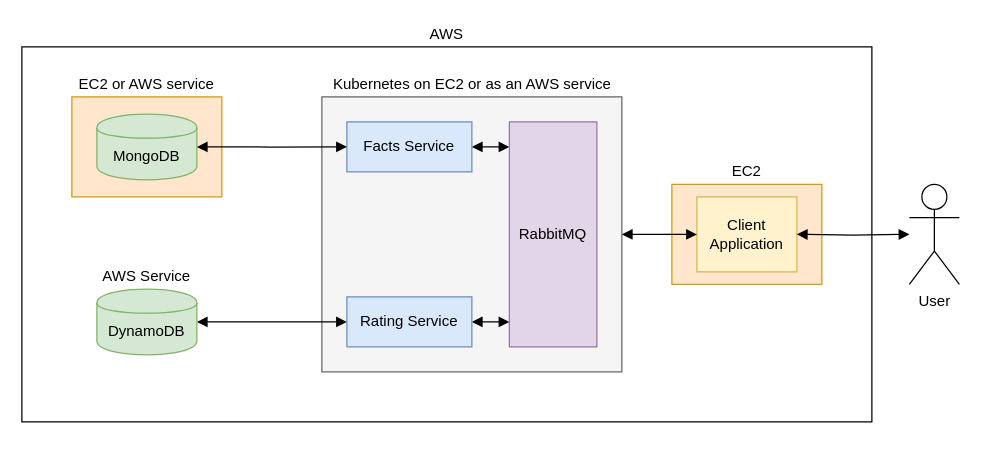
Before: catter-architecture.drawio in danielgospodinow/Catter, a draw.io diagram. Source tidied: cells renumbered, new cells numbered last; positions are measured from the earlier drawing's top-left corner, leaving out a move shared by most shapes. Both pictures are drawn from the tidied source at 125%, with x=0, y=0 at pixel (21, 21).
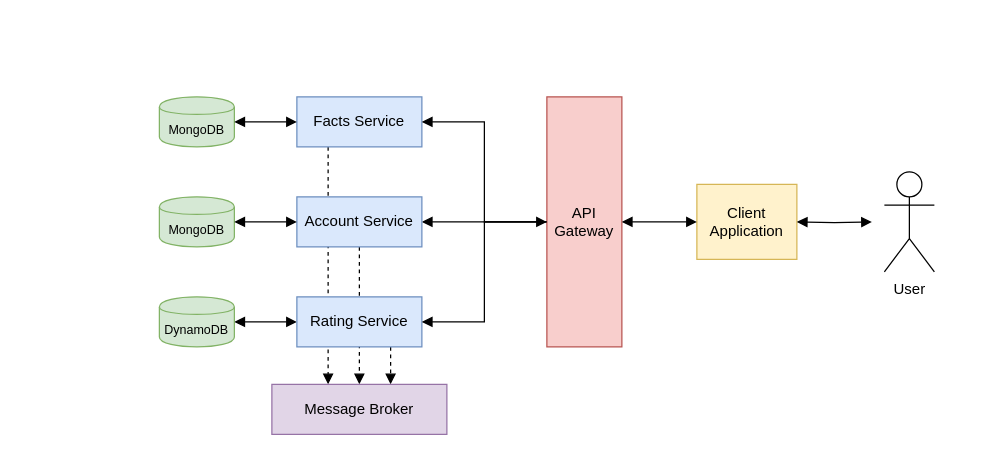
Above is the later version.

Commit message (it also covers changes not shown here):
Change architecture diagram and update README

What changed in the source:
```diff
@@
-    <mxCell id="2" style="rounded=0;whiteSpace=wrap;html=1;" parent="1" vertex="1">
-      <mxGeometry y="20" width="680" height="300" as="geometry" />
-    </mxCell>
-    <mxCell id="3" style="rounded=0;whiteSpace=wrap;html=1;fillColor=#f5f5f5;strokeColor=#666666;fontColor=#333333;" parent="1" vertex="1">
-      <mxGeometry x="240" y="60" width="240" height="220" as="geometry" />
-    </mxCell>
-    <mxCell id="4" style="edgeStyle=orthogonalEdgeStyle;rounded=0;jettySize=auto;html=1;exitX=1;exitY=0.5;exitDx=0;exitDy=0;entryX=0;entryY=0.113;entryDx=0;entryDy=0;entryPerimeter=0;startArrow=block;startFill=1;endArrow=block;endFill=1;" parent="1" edge="1" source="5" target="9">
-      <mxGeometry relative="1" as="geometry" />
-    </mxCell>
+    <mxCell id="24" style="edgeStyle=orthogonalEdgeStyle;rounded=0;jettySize=auto;html=1;endArrow=block;endFill=1;fontSize=6;fillColor=#e1d5e7;strokeColor=#000000;dashed=1;" parent="1" edge="1" source="28">
+      <mxGeometry relative="1" as="geometry">
+        <mxPoint x="270" y="290" as="targetPoint" />
+      </mxGeometry>
+    </mxCell>
+    <mxCell id="25" style="edgeStyle=orthogonalEdgeStyle;rounded=0;jettySize=auto;html=1;exitX=0.25;exitY=1;exitDx=0;exitDy=0;endArrow=block;endFill=1;fontSize=6;fillColor=#e1d5e7;strokeColor=#000000;dashed=1;" parent="1" edge="1" source="5">
+      <mxGeometry relative="1" as="geometry">
+        <mxPoint x="245" y="290" as="targetPoint" />
+      </mxGeometry>
+    </mxCell>
     <mxCell id="5" value="Facts Service" style="rounded=0;whiteSpace=wrap;html=1;fillColor=#dae8fc;strokeColor=#6c8ebf;" parent="1" vertex="1">
-      <mxGeometry x="260" y="80" width="100" height="40" as="geometry" />
+      <mxGeometry x="220" y="60" width="100" height="40" as="geometry" />
     </mxCell>
-    <mxCell id="6" style="edgeStyle=orthogonalEdgeStyle;rounded=0;jettySize=auto;html=1;startArrow=block;startFill=1;endArrow=block;endFill=1;" parent="1" edge="1" source="8" target="15">
+    <mxCell id="6" style="edgeStyle=orthogonalEdgeStyle;rounded=0;jettySize=auto;html=1;startArrow=block;startFill=1;endArrow=block;endFill=1;exitX=0;exitY=0.5;exitDx=0;exitDy=0;" parent="1" edge="1" source="8" target="15">
       <mxGeometry relative="1" as="geometry" />
     </mxCell>
-    <mxCell id="7" style="edgeStyle=orthogonalEdgeStyle;rounded=0;jettySize=auto;html=1;exitX=1;exitY=0.5;exitDx=0;exitDy=0;entryX=0;entryY=0.891;entryDx=0;entryDy=0;entryPerimeter=0;startArrow=block;startFill=1;endArrow=block;endFill=1;" parent="1" edge="1" source="8" target="9">
-      <mxGeometry relative="1" as="geometry" />
-    </mxCell>
+    <mxCell id="26" style="edgeStyle=orthogonalEdgeStyle;rounded=0;jettySize=auto;html=1;exitX=0.75;exitY=1;exitDx=0;exitDy=0;endArrow=block;endFill=1;fontSize=6;fillColor=#e1d5e7;strokeColor=#000000;dashed=1;" parent="1" edge="1" source="8">
+      <mxGeometry relative="1" as="geometry">
+        <mxPoint x="295" y="290" as="targetPoint" />
+        <Array as="points">
+          <mxPoint x="295" y="280" />
+          <mxPoint x="295" y="280" />
+        </Array>
+      </mxGeometry>
+    </mxCell>
     <mxCell id="8" value="Rating Service" style="rounded=0;whiteSpace=wrap;html=1;fillColor=#dae8fc;strokeColor=#6c8ebf;" parent="1" vertex="1">
-      <mxGeometry x="260" y="220" width="100" height="40" as="geometry" />
+      <mxGeometry x="220" y="220" width="100" height="40" as="geometry" />
     </mxCell>
+    <mxCell id="27" style="edgeStyle=orthogonalEdgeStyle;rounded=0;jettySize=auto;html=1;fontSize=6;endArrow=block;endFill=1;" parent="1" edge="1" source="9" target="28">
+      <mxGeometry relative="1" as="geometry" />
+    </mxCell>
-    <mxCell id="9" value="RabbitMQ" style="rounded=0;whiteSpace=wrap;html=1;fillColor=#e1d5e7;strokeColor=#9673a6;" parent="1" vertex="1">
-      <mxGeometry x="390" y="80" width="70" height="180" as="geometry" />
+    <mxCell id="9" value="API Gateway" style="rounded=0;whiteSpace=wrap;html=1;fillColor=#f8cecc;strokeColor=#b85450;" parent="1" vertex="1">
+      <mxGeometry x="420" y="60" width="60" height="200" as="geometry" />
     </mxCell>
     <mxCell id="10" value="User" style="shape=umlActor;verticalLabelPosition=bottom;labelBackgroundColor=#ffffff;verticalAlign=top;html=1;" parent="1" vertex="1">
-      <mxGeometry x="710" y="130" width="40" height="80" as="geometry" />
+      <mxGeometry x="690" y="120" width="40" height="80" as="geometry" />
     </mxCell>
-    <mxCell id="11" value="AWS" style="text;html=1;strokeColor=none;fillColor=none;align=center;verticalAlign=middle;whiteSpace=wrap;rounded=0;" parent="1" vertex="1">
-      <mxGeometry x="320" width="40" height="20" as="geometry" />
-    </mxCell>
-    <mxCell id="12" style="rounded=0;whiteSpace=wrap;html=1;fillColor=#ffe6cc;strokeColor=#d79b00;" parent="1" vertex="1">
-      <mxGeometry x="40" y="60" width="120" height="80" as="geometry" />
-    </mxCell>
-    <mxCell id="13" value="MongoDB" style="shape=cylinder;whiteSpace=wrap;html=1;boundedLbl=1;backgroundOutline=1;fillColor=#d5e8d4;strokeColor=#82b366;" parent="1" vertex="1">
-      <mxGeometry x="60" y="73.8" width="80" height="52.5" as="geometry" />
+    <mxCell id="13" value="MongoDB" style="shape=cylinder;whiteSpace=wrap;html=1;boundedLbl=1;backgroundOutline=1;fillColor=#d5e8d4;strokeColor=#82b366;fontSize=10;" parent="1" vertex="1">
+      <mxGeometry x="110" y="60" width="60" height="40" as="geometry" />
     </mxCell>
-    <mxCell id="14" value="EC2 or AWS service" style="text;html=1;strokeColor=none;fillColor=none;align=center;verticalAlign=middle;whiteSpace=wrap;rounded=0;" parent="1" vertex="1">
-      <mxGeometry x="40" y="40" width="120" height="20" as="geometry" />
-    </mxCell>
-    <mxCell id="15" value="DynamoDB" style="shape=cylinder;whiteSpace=wrap;html=1;boundedLbl=1;backgroundOutline=1;fillColor=#d5e8d4;strokeColor=#82b366;" parent="1" vertex="1">
-      <mxGeometry x="60" y="213.8" width="80" height="52.5" as="geometry" />
+    <mxCell id="15" value="DynamoDB" style="shape=cylinder;whiteSpace=wrap;html=1;boundedLbl=1;backgroundOutline=1;fillColor=#d5e8d4;strokeColor=#82b366;fontSize=10;" parent="1" vertex="1">
+      <mxGeometry x="110" y="220" width="60" height="40" as="geometry" />
     </mxCell>
-    <mxCell id="16" value="Kubernetes on EC2 or as an AWS service" style="text;html=1;strokeColor=none;fillColor=none;align=center;verticalAlign=middle;whiteSpace=wrap;rounded=0;" parent="1" vertex="1">
-      <mxGeometry x="242.5" y="40" width="235" height="20" as="geometry" />
-    </mxCell>
-    <mxCell id="17" style="rounded=0;whiteSpace=wrap;html=1;fillColor=#ffe6cc;strokeColor=#d79b00;" parent="1" vertex="1">
-      <mxGeometry x="520" y="130" width="120" height="80" as="geometry" />
-    </mxCell>
-    <mxCell id="18" value="EC2" style="text;html=1;strokeColor=none;fillColor=none;align=center;verticalAlign=middle;whiteSpace=wrap;rounded=0;" parent="1" vertex="1">
-      <mxGeometry x="560" y="110" width="40" height="20" as="geometry" />
-    </mxCell>
     <mxCell id="19" value="Client Application" style="rounded=0;whiteSpace=wrap;html=1;fillColor=#fff2cc;strokeColor=#d6b656;" parent="1" vertex="1">
-      <mxGeometry x="540" y="140" width="80" height="60" as="geometry" />
+      <mxGeometry x="540" y="130" width="80" height="60" as="geometry" />
     </mxCell>
-    <mxCell id="20" value="AWS Service" style="text;html=1;strokeColor=none;fillColor=none;align=center;verticalAlign=middle;whiteSpace=wrap;rounded=0;" parent="1" vertex="1">
-      <mxGeometry x="55" y="193.8" width="90" height="20" as="geometry" />
-    </mxCell>
-    <mxCell id="21" style="edgeStyle=orthogonalEdgeStyle;rounded=0;jettySize=auto;html=1;startArrow=block;startFill=1;endArrow=block;endFill=1;entryX=0;entryY=0.5;entryDx=0;entryDy=0;exitX=1;exitY=0.5;exitDx=0;exitDy=0;" parent="1" edge="1" source="13" target="5">
+    <mxCell id="21" style="edgeStyle=orthogonalEdgeStyle;rounded=0;jettySize=auto;html=1;startArrow=block;startFill=1;endArrow=block;endFill=1;exitX=1;exitY=0.5;exitDx=0;exitDy=0;entryX=0;entryY=0.5;entryDx=0;entryDy=0;" parent="1" edge="1" source="13" target="5">
       <mxGeometry relative="1" as="geometry" />
     </mxCell>
-    <mxCell id="22" style="edgeStyle=orthogonalEdgeStyle;rounded=0;jettySize=auto;html=1;exitX=1;exitY=0.5;exitDx=0;exitDy=0;entryX=0;entryY=0.5;entryDx=0;entryDy=0;startArrow=block;startFill=1;endArrow=block;endFill=1;" parent="1" edge="1" source="3" target="19">
+    <mxCell id="22" style="edgeStyle=orthogonalEdgeStyle;rounded=0;jettySize=auto;html=1;exitX=1;exitY=0.5;exitDx=0;exitDy=0;entryX=0;entryY=0.5;entryDx=0;entryDy=0;startArrow=block;startFill=1;endArrow=block;endFill=1;" parent="1" edge="1" source="9" target="19">
       <mxGeometry relative="1" as="geometry" />
     </mxCell>
     <mxCell id="23" style="edgeStyle=orthogonalEdgeStyle;rounded=0;jettySize=auto;html=1;entryX=1;entryY=0.5;entryDx=0;entryDy=0;startArrow=block;startFill=1;endArrow=block;endFill=1;" parent="1" edge="1" target="19">
       <mxGeometry relative="1" as="geometry">
-        <mxPoint x="710" y="170" as="sourcePoint" />
+        <mxPoint x="680" y="160" as="sourcePoint" />
       </mxGeometry>
     </mxCell>
+    <mxCell id="28" value="Account Service" style="rounded=0;whiteSpace=wrap;html=1;fillColor=#dae8fc;strokeColor=#6c8ebf;" parent="1" vertex="1">
+      <mxGeometry x="220" y="140" width="100" height="40" as="geometry" />
+    </mxCell>
+    <mxCell id="29" value="MongoDB" style="shape=cylinder;whiteSpace=wrap;html=1;boundedLbl=1;backgroundOutline=1;fillColor=#d5e8d4;strokeColor=#82b366;fontSize=10;" parent="1" vertex="1">
+      <mxGeometry x="110" y="140" width="60" height="40" as="geometry" />
+    </mxCell>
+    <mxCell id="30" style="edgeStyle=orthogonalEdgeStyle;rounded=0;jettySize=auto;html=1;startArrow=block;startFill=1;endArrow=block;endFill=1;exitX=1;exitY=0.5;exitDx=0;exitDy=0;entryX=0;entryY=0.5;entryDx=0;entryDy=0;" parent="1" edge="1" source="29" target="28">
+      <mxGeometry relative="1" as="geometry" />
+    </mxCell>
+    <mxCell id="31" value="Message Broker" style="rounded=0;whiteSpace=wrap;html=1;fillColor=#e1d5e7;strokeColor=#9673a6;gradientColor=none;" parent="1" vertex="1">
+      <mxGeometry x="200" y="290" width="140" height="40" as="geometry" />
+    </mxCell>
+    <mxCell id="32" style="edgeStyle=orthogonalEdgeStyle;rounded=0;jettySize=auto;html=1;fontSize=6;endArrow=block;endFill=1;entryX=1;entryY=0.5;entryDx=0;entryDy=0;exitX=0;exitY=0.5;exitDx=0;exitDy=0;" parent="1" edge="1" source="9" target="5">
+      <mxGeometry relative="1" as="geometry">
+        <Array as="points">
+          <mxPoint x="370" y="160" />
+          <mxPoint x="370" y="80" />
+        </Array>
+      </mxGeometry>
+    </mxCell>
+    <mxCell id="33" style="edgeStyle=orthogonalEdgeStyle;rounded=0;jettySize=auto;html=1;fontSize=6;endArrow=block;endFill=1;entryX=1;entryY=0.5;entryDx=0;entryDy=0;exitX=0;exitY=0.5;exitDx=0;exitDy=0;startArrow=block;startFill=1;" parent="1" edge="1" source="9" target="8">
+      <mxGeometry relative="1" as="geometry">
+        <Array as="points">
+          <mxPoint x="370" y="160" />
+          <mxPoint x="370" y="240" />
+        </Array>
+      </mxGeometry>
+    </mxCell>
```
